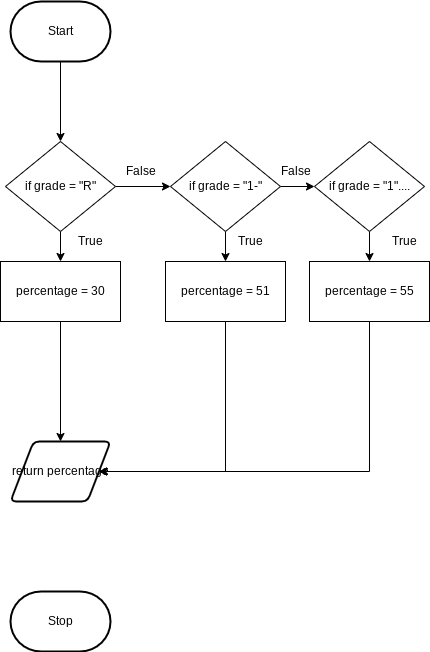
Above: flowchart.png in michael-clermont1/ICS3U-Unit5-03-Python (draw.io), before the change. Source tidied: cells renumbered, new cells last; positions are measured from the earlier drawing's top-left corner, leaving out a move shared by most shapes. Source of this version:
```xml
<mxGraphModel>
  <root>
    <mxCell id="0" />
    <mxCell id="1" parent="0" />
    <mxCell id="2" style="edgeStyle=none;html=1;entryX=0.5;entryY=0;entryDx=0;entryDy=0;" parent="1" edge="1" source="3" target="7">
      <mxGeometry relative="1" as="geometry" />
    </mxCell>
    <mxCell id="3" value="Start" style="strokeWidth=2;html=1;shape=mxgraph.flowchart.terminator;whiteSpace=wrap;" parent="1" vertex="1">
      <mxGeometry x="10" width="100" height="60" as="geometry" />
    </mxCell>
    <mxCell id="4" value="Stop" style="strokeWidth=2;html=1;shape=mxgraph.flowchart.terminator;whiteSpace=wrap;" parent="1" vertex="1">
      <mxGeometry x="10" y="590" width="100" height="60" as="geometry" />
    </mxCell>
    <mxCell id="5" style="edgeStyle=none;html=1;entryX=0;entryY=0.5;entryDx=0;entryDy=0;" parent="1" edge="1" source="7" target="11">
      <mxGeometry relative="1" as="geometry" />
    </mxCell>
    <mxCell id="6" style="edgeStyle=none;html=1;entryX=0.5;entryY=0;entryDx=0;entryDy=0;" parent="1" edge="1" source="7" target="15">
      <mxGeometry relative="1" as="geometry" />
    </mxCell>
    <mxCell id="7" value="&lt;span&gt;if grade = &quot;R&quot;&lt;/span&gt;" style="rhombus;whiteSpace=wrap;html=1;" parent="1" vertex="1">
      <mxGeometry x="5" y="140" width="110" height="90" as="geometry" />
    </mxCell>
    <mxCell id="8" value="False" style="text;html=1;align=center;verticalAlign=middle;fillColor=none;strokeColor=none;rounded=0;" parent="1" vertex="1">
      <mxGeometry x="115" y="160" width="50" height="20" as="geometry" />
    </mxCell>
    <mxCell id="9" style="edgeStyle=none;html=1;entryX=0;entryY=0.5;entryDx=0;entryDy=0;" parent="1" edge="1" source="11" target="13">
      <mxGeometry relative="1" as="geometry" />
    </mxCell>
    <mxCell id="10" style="edgeStyle=none;html=1;entryX=0.5;entryY=0;entryDx=0;entryDy=0;" parent="1" edge="1" source="11" target="17">
      <mxGeometry relative="1" as="geometry" />
    </mxCell>
    <mxCell id="11" value="&lt;span&gt;if grade = &quot;1-&quot;&lt;/span&gt;" style="rhombus;whiteSpace=wrap;html=1;" parent="1" vertex="1">
      <mxGeometry x="170" y="140" width="110" height="90" as="geometry" />
    </mxCell>
    <mxCell id="12" style="edgeStyle=none;html=1;" parent="1" edge="1" source="13" target="19">
      <mxGeometry relative="1" as="geometry" />
    </mxCell>
    <mxCell id="13" value="&lt;span&gt;if grade = &quot;1&quot;....&lt;/span&gt;" style="rhombus;whiteSpace=wrap;html=1;" parent="1" vertex="1">
      <mxGeometry x="314" y="140" width="110" height="90" as="geometry" />
    </mxCell>
    <mxCell id="14" style="edgeStyle=none;html=1;entryX=0.5;entryY=0;entryDx=0;entryDy=0;" parent="1" edge="1" source="15" target="20">
      <mxGeometry relative="1" as="geometry" />
    </mxCell>
    <mxCell id="15" value="percentage = 30" style="rounded=0;whiteSpace=wrap;html=1;" parent="1" vertex="1">
      <mxGeometry y="260" width="120" height="60" as="geometry" />
    </mxCell>
    <mxCell id="16" style="edgeStyle=orthogonalEdgeStyle;rounded=0;html=1;entryX=1;entryY=0.5;entryDx=0;entryDy=0;" parent="1" edge="1" source="17" target="20">
      <mxGeometry relative="1" as="geometry">
        <Array as="points">
          <mxPoint x="225" y="470" />
        </Array>
      </mxGeometry>
    </mxCell>
    <mxCell id="17" value="percentage = 51" style="rounded=0;whiteSpace=wrap;html=1;" parent="1" vertex="1">
      <mxGeometry x="165" y="260" width="120" height="60" as="geometry" />
    </mxCell>
    <mxCell id="18" style="edgeStyle=orthogonalEdgeStyle;rounded=0;html=1;entryX=1;entryY=0.5;entryDx=0;entryDy=0;" parent="1" edge="1" source="19" target="20">
      <mxGeometry relative="1" as="geometry">
        <Array as="points">
          <mxPoint x="369" y="470" />
        </Array>
      </mxGeometry>
    </mxCell>
    <mxCell id="19" value="percentage = 55" style="rounded=0;whiteSpace=wrap;html=1;" parent="1" vertex="1">
      <mxGeometry x="309" y="260" width="120" height="60" as="geometry" />
    </mxCell>
    <mxCell id="20" value="return percentage" style="shape=parallelogram;html=1;strokeWidth=2;perimeter=parallelogramPerimeter;whiteSpace=wrap;rounded=1;arcSize=12;size=0.23;" parent="1" vertex="1">
      <mxGeometry x="10" y="440" width="100" height="60" as="geometry" />
    </mxCell>
    <mxCell id="21" value="False" style="text;html=1;align=center;verticalAlign=middle;fillColor=none;strokeColor=none;rounded=0;" parent="1" vertex="1">
      <mxGeometry x="270" y="160" width="50" height="20" as="geometry" />
    </mxCell>
    <mxCell id="22" value="True" style="text;html=1;align=center;verticalAlign=middle;fillColor=none;strokeColor=none;rounded=0;" parent="1" vertex="1">
      <mxGeometry x="70" y="230" width="40" height="20" as="geometry" />
    </mxCell>
    <mxCell id="23" value="True" style="text;html=1;align=center;verticalAlign=middle;fillColor=none;strokeColor=none;rounded=0;" parent="1" vertex="1">
      <mxGeometry x="230" y="230" width="40" height="20" as="geometry" />
    </mxCell>
    <mxCell id="24" value="True" style="text;html=1;align=center;verticalAlign=middle;fillColor=none;strokeColor=none;rounded=0;" parent="1" vertex="1">
      <mxGeometry x="384" y="230" width="40" height="20" as="geometry" />
    </mxCell>
  </root>
</mxGraphModel>
```
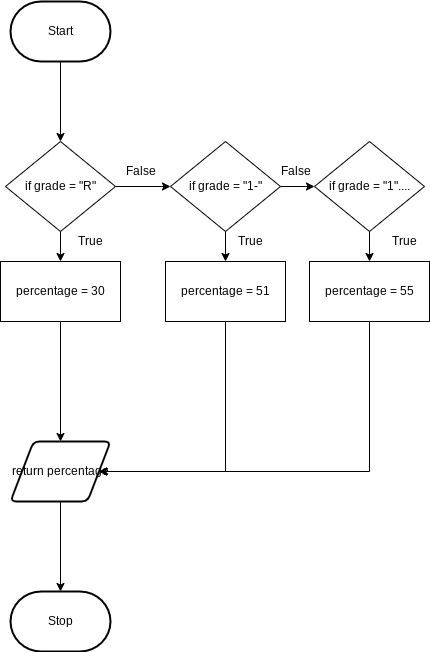
After the commit.

The edit, as a diff of the source:
```diff
@@ -64,6 +64,9 @@
     <mxCell id="19" value="percentage = 55" style="rounded=0;whiteSpace=wrap;html=1;" parent="1" vertex="1">
       <mxGeometry x="309" y="260" width="120" height="60" as="geometry" />
     </mxCell>
+    <mxCell id="25" style="edgeStyle=none;html=1;entryX=0.5;entryY=0;entryDx=0;entryDy=0;entryPerimeter=0;" parent="1" edge="1" source="20" target="4">
+      <mxGeometry relative="1" as="geometry" />
+    </mxCell>
     <mxCell id="20" value="return percentage" style="shape=parallelogram;html=1;strokeWidth=2;perimeter=parallelogramPerimeter;whiteSpace=wrap;rounded=1;arcSize=12;size=0.23;" parent="1" vertex="1">
       <mxGeometry x="10" y="440" width="100" height="60" as="geometry" />
     </mxCell>
```
